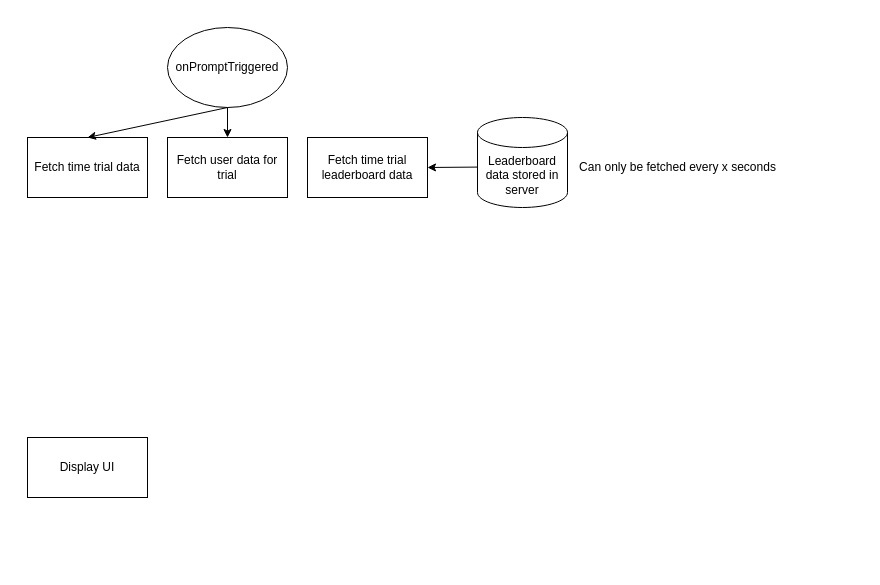
Above: flowchart/timetrial.drawio in mtoasty/sled (draw.io), before the change. Source tidied: cells renumbered, new cells numbered last; positions are measured from the earlier drawing's top-left corner, leaving out a move shared by most shapes. Both pictures are drawn from the tidied source at 100%, with x=0, y=0 at pixel (27, 27).
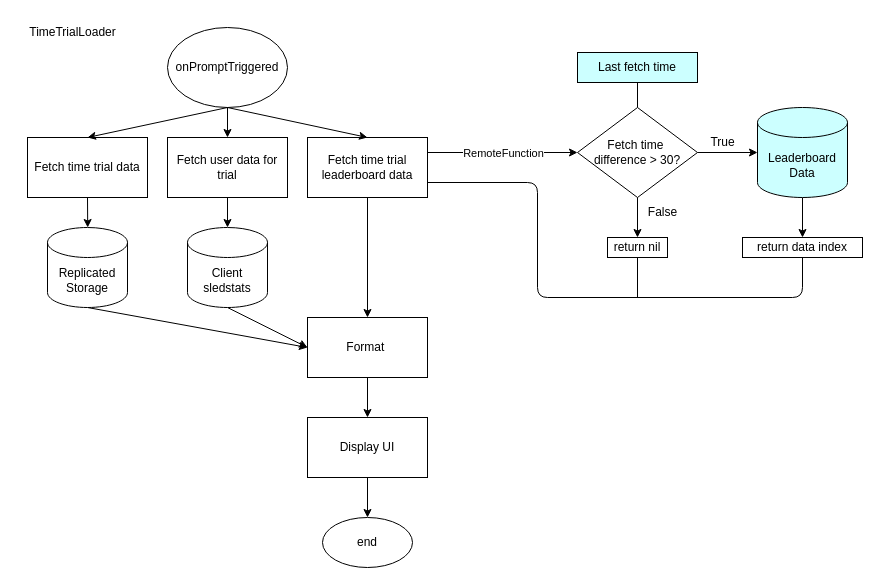
The same page after the edit.

Unchanged cells that the change refers to:
```xml
<mxCell id="2" value="&lt;span&gt;onPromptTriggered&lt;/span&gt;" style="ellipse;whiteSpace=wrap;html=1;" parent="1" vertex="1">
  <mxGeometry x="140" width="120" height="80" as="geometry" />
</mxCell>
<mxCell id="3" value="Fetch time trial data" style="rounded=0;whiteSpace=wrap;html=1;" parent="1" vertex="1">
  <mxGeometry y="110" width="120" height="60" as="geometry" />
</mxCell>
<mxCell id="5" value="Fetch user data for trial" style="rounded=0;whiteSpace=wrap;html=1;" parent="1" vertex="1">
  <mxGeometry x="140" y="110" width="120" height="60" as="geometry" />
</mxCell>
<mxCell id="7" value="Fetch time trial leaderboard data" style="rounded=0;whiteSpace=wrap;html=1;" parent="1" vertex="1">
  <mxGeometry x="280" y="110" width="120" height="60" as="geometry" />
</mxCell>
```

Diff of the diagram source:
```diff
@@
+    <mxCell id="12" style="edgeStyle=none;html=1;exitX=0.5;exitY=1;exitDx=0;exitDy=0;" parent="1" edge="1" source="3">
+      <mxGeometry relative="1" as="geometry">
+        <mxPoint x="60.2" y="200" as="targetPoint" />
+      </mxGeometry>
+    </mxCell>
@@
+    <mxCell id="13" style="edgeStyle=none;html=1;exitX=0.5;exitY=1;exitDx=0;exitDy=0;entryX=0.5;entryY=0;entryDx=0;entryDy=0;" parent="1" edge="1" source="6" target="37">
+      <mxGeometry relative="1" as="geometry" />
+    </mxCell>
     <mxCell id="6" value="Display UI" style="rounded=0;whiteSpace=wrap;html=1;" parent="1" vertex="1">
-      <mxGeometry y="410" width="120" height="60" as="geometry" />
+      <mxGeometry x="280" y="390" width="120" height="60" as="geometry" />
     </mxCell>
+    <mxCell id="14" style="edgeStyle=none;html=1;exitX=0.5;exitY=1;exitDx=0;exitDy=0;" parent="1" edge="1" source="7" target="36">
+      <mxGeometry relative="1" as="geometry" />
+    </mxCell>
@@
+    <mxCell id="15" style="edgeStyle=none;html=1;exitX=0.5;exitY=1;exitDx=0;exitDy=0;exitPerimeter=0;" parent="1" edge="1" source="9" target="28">
+      <mxGeometry relative="1" as="geometry" />
+    </mxCell>
-    <mxCell id="9" value="Leaderboard data stored in server" style="shape=cylinder3;whiteSpace=wrap;html=1;boundedLbl=1;backgroundOutline=1;size=15;" parent="1" vertex="1">
-      <mxGeometry x="450" y="90" width="90" height="90" as="geometry" />
+    <mxCell id="9" value="Leaderboard Data" style="shape=cylinder3;whiteSpace=wrap;html=1;boundedLbl=1;backgroundOutline=1;size=15;fillColor=#CCFFFF;strokeColor=#000000;" parent="1" vertex="1">
+      <mxGeometry x="730" y="80" width="90" height="90" as="geometry" />
     </mxCell>
-    <mxCell id="10" style="endArrow=classic;html=1;exitX=0.002;exitY=0.551;exitDx=0;exitDy=0;exitPerimeter=0;entryX=1;entryY=0.5;entryDx=0;entryDy=0;" parent="1" edge="1" source="9" target="7">
-      <mxGeometry relative="1" as="geometry" />
-    </mxCell>
-    <mxCell id="11" value="Can only be fetched every x seconds" style="text;html=1;align=center;verticalAlign=middle;strokeColor=none;fillColor=none;" parent="1" vertex="1">
-      <mxGeometry x="540" y="125" width="220" height="30" as="geometry" />
-    </mxCell>
+    <mxCell id="16" style="endArrow=classic;html=1;exitX=0.5;exitY=1;exitDx=0;exitDy=0;entryX=0.5;entryY=0;entryDx=0;entryDy=0;" parent="1" edge="1" source="2" target="7">
+      <mxGeometry relative="1" as="geometry" />
+    </mxCell>
+    <mxCell id="17" style="endArrow=classic;html=1;exitX=1;exitY=0.25;exitDx=0;exitDy=0;" parent="1" edge="1" source="7">
+      <mxGeometry relative="1" as="geometry">
+        <mxPoint x="550" y="125" as="targetPoint" />
+      </mxGeometry>
+    </mxCell>
+    <mxCell id="18" value="RemoteFunction" style="edgeLabel;html=1;align=center;verticalAlign=middle;" parent="17" vertex="1">
+      <mxGeometry relative="1" as="geometry" />
+    </mxCell>
+    <mxCell id="19" value="Last fetch time" style="rounded=0;whiteSpace=wrap;html=1;fillColor=#CCFFFF;" parent="1" vertex="1">
+      <mxGeometry x="550" y="25" width="120" height="30" as="geometry" />
+    </mxCell>
+    <mxCell id="20" value="Fetch time&amp;nbsp;&lt;div&gt;difference &amp;gt; 30?&lt;/div&gt;" style="rhombus;whiteSpace=wrap;html=1;" parent="1" vertex="1">
+      <mxGeometry x="550" y="80" width="120" height="90" as="geometry" />
+    </mxCell>
+    <mxCell id="21" style="edgeStyle=none;html=1;exitX=1;exitY=0.5;exitDx=0;exitDy=0;entryX=0;entryY=0.5;entryDx=0;entryDy=0;entryPerimeter=0;" parent="1" edge="1" source="20" target="9">
+      <mxGeometry relative="1" as="geometry" />
+    </mxCell>
+    <mxCell id="22" value="True" style="text;html=1;align=center;verticalAlign=middle;strokeColor=none;fillColor=none;" parent="1" vertex="1">
+      <mxGeometry x="670" y="100" width="50" height="30" as="geometry" />
+    </mxCell>
+    <mxCell id="23" style="endArrow=none;html=1;exitX=1;exitY=0.75;exitDx=0;exitDy=0;" parent="1" edge="1" source="7" target="28">
+      <mxGeometry relative="1" as="geometry">
+        <Array as="points">
+          <mxPoint x="510" y="155" />
+          <mxPoint x="510" y="270" />
+          <mxPoint x="775" y="270" />
+        </Array>
+      </mxGeometry>
+    </mxCell>
+    <mxCell id="24" value="return nil" style="rounded=0;whiteSpace=wrap;html=1;" parent="1" vertex="1">
+      <mxGeometry x="580" y="210" width="60" height="20" as="geometry" />
+    </mxCell>
+    <mxCell id="25" style="endArrow=none;html=1;exitX=0.5;exitY=1;exitDx=0;exitDy=0;" parent="1" edge="1" source="24">
+      <mxGeometry relative="1" as="geometry">
+        <mxPoint x="610" y="270" as="targetPoint" />
+      </mxGeometry>
+    </mxCell>
+    <mxCell id="26" style="endArrow=classic;html=1;exitX=0.5;exitY=1;exitDx=0;exitDy=0;entryX=0.5;entryY=0;entryDx=0;entryDy=0;" parent="1" edge="1" source="20" target="24">
+      <mxGeometry relative="1" as="geometry" />
+    </mxCell>
+    <mxCell id="27" value="False" style="text;html=1;align=center;verticalAlign=middle;strokeColor=none;fillColor=none;" parent="1" vertex="1">
+      <mxGeometry x="610" y="170" width="50" height="30" as="geometry" />
+    </mxCell>
+    <mxCell id="28" value="return data index" style="rounded=0;whiteSpace=wrap;html=1;" parent="1" vertex="1">
+      <mxGeometry x="715" y="210" width="120" height="20" as="geometry" />
+    </mxCell>
+    <mxCell id="29" style="endArrow=none;html=1;entryX=0.5;entryY=1;entryDx=0;entryDy=0;exitX=0.5;exitY=0;exitDx=0;exitDy=0;" parent="1" edge="1" source="20" target="19">
+      <mxGeometry relative="1" as="geometry" />
+    </mxCell>
+    <mxCell id="30" style="edgeStyle=none;html=1;exitX=0.5;exitY=1;exitDx=0;exitDy=0;exitPerimeter=0;entryX=0;entryY=0.5;entryDx=0;entryDy=0;" parent="1" edge="1" source="31" target="36">
+      <mxGeometry relative="1" as="geometry" />
+    </mxCell>
+    <mxCell id="31" value="Client sledstats" style="shape=cylinder3;whiteSpace=wrap;html=1;boundedLbl=1;backgroundOutline=1;size=15;" parent="1" vertex="1">
+      <mxGeometry x="160" y="200" width="80" height="80" as="geometry" />
+    </mxCell>
+    <mxCell id="32" style="edgeStyle=none;html=1;exitX=0.5;exitY=1;exitDx=0;exitDy=0;entryX=0.5;entryY=0;entryDx=0;entryDy=0;entryPerimeter=0;" parent="1" edge="1" source="5" target="31">
+      <mxGeometry relative="1" as="geometry" />
+    </mxCell>
+    <mxCell id="33" style="edgeStyle=none;html=1;exitX=0.5;exitY=1;exitDx=0;exitDy=0;exitPerimeter=0;entryX=0;entryY=0.5;entryDx=0;entryDy=0;" parent="1" edge="1" source="34" target="36">
+      <mxGeometry relative="1" as="geometry" />
+    </mxCell>
+    <mxCell id="34" value="Replicated Storage" style="shape=cylinder3;whiteSpace=wrap;html=1;boundedLbl=1;backgroundOutline=1;size=15;" parent="1" vertex="1">
+      <mxGeometry x="20" y="200" width="80" height="80" as="geometry" />
+    </mxCell>
+    <mxCell id="35" style="edgeStyle=none;html=1;exitX=0.5;exitY=1;exitDx=0;exitDy=0;entryX=0.5;entryY=0;entryDx=0;entryDy=0;" parent="1" edge="1" source="36" target="6">
+      <mxGeometry relative="1" as="geometry" />
+    </mxCell>
+    <mxCell id="36" value="Format&amp;nbsp;" style="rounded=0;whiteSpace=wrap;html=1;" parent="1" vertex="1">
+      <mxGeometry x="280" y="290" width="120" height="60" as="geometry" />
+    </mxCell>
+    <mxCell id="37" value="end" style="ellipse;whiteSpace=wrap;html=1;" parent="1" vertex="1">
+      <mxGeometry x="295" y="490" width="90" height="50" as="geometry" />
+    </mxCell>
+    <mxCell id="38" value="TimeTrialLoader" style="text;html=1;align=center;verticalAlign=middle;strokeColor=none;fillColor=none;" parent="1" vertex="1">
+      <mxGeometry x="-10" y="-10" width="110" height="30" as="geometry" />
+    </mxCell>
```
